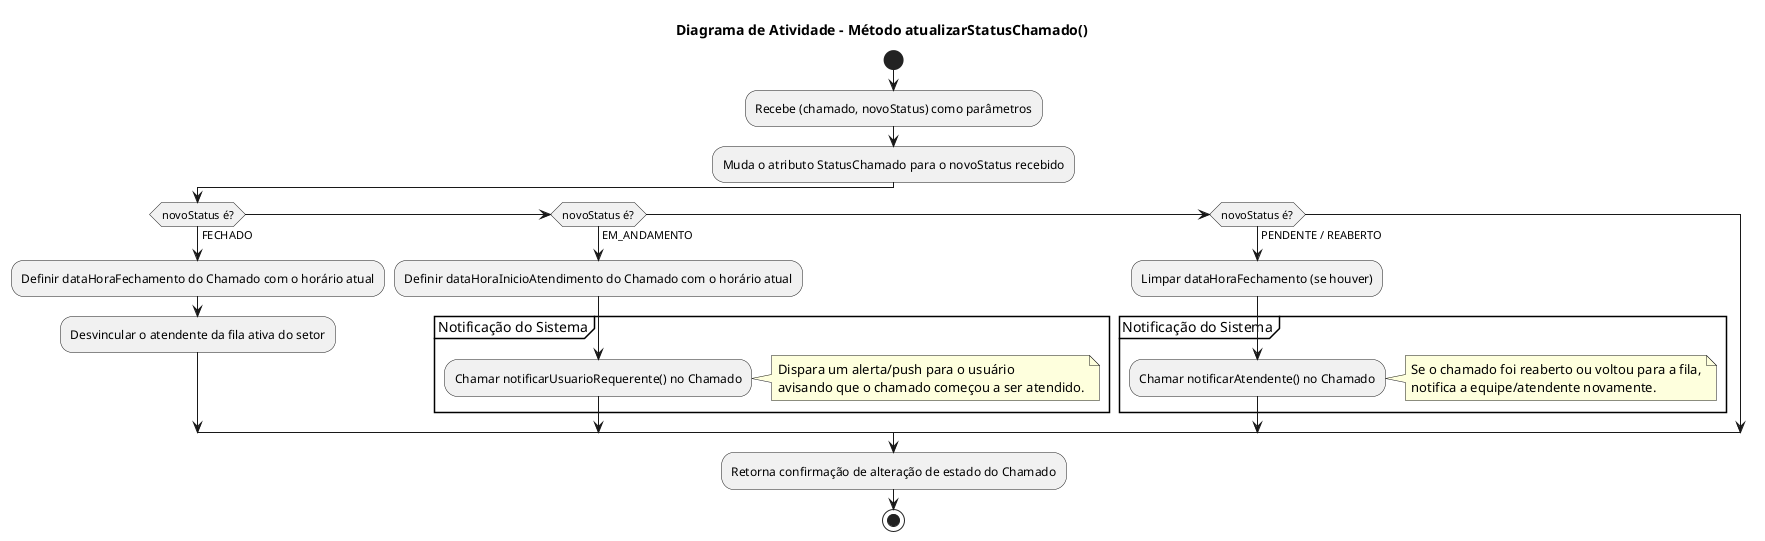
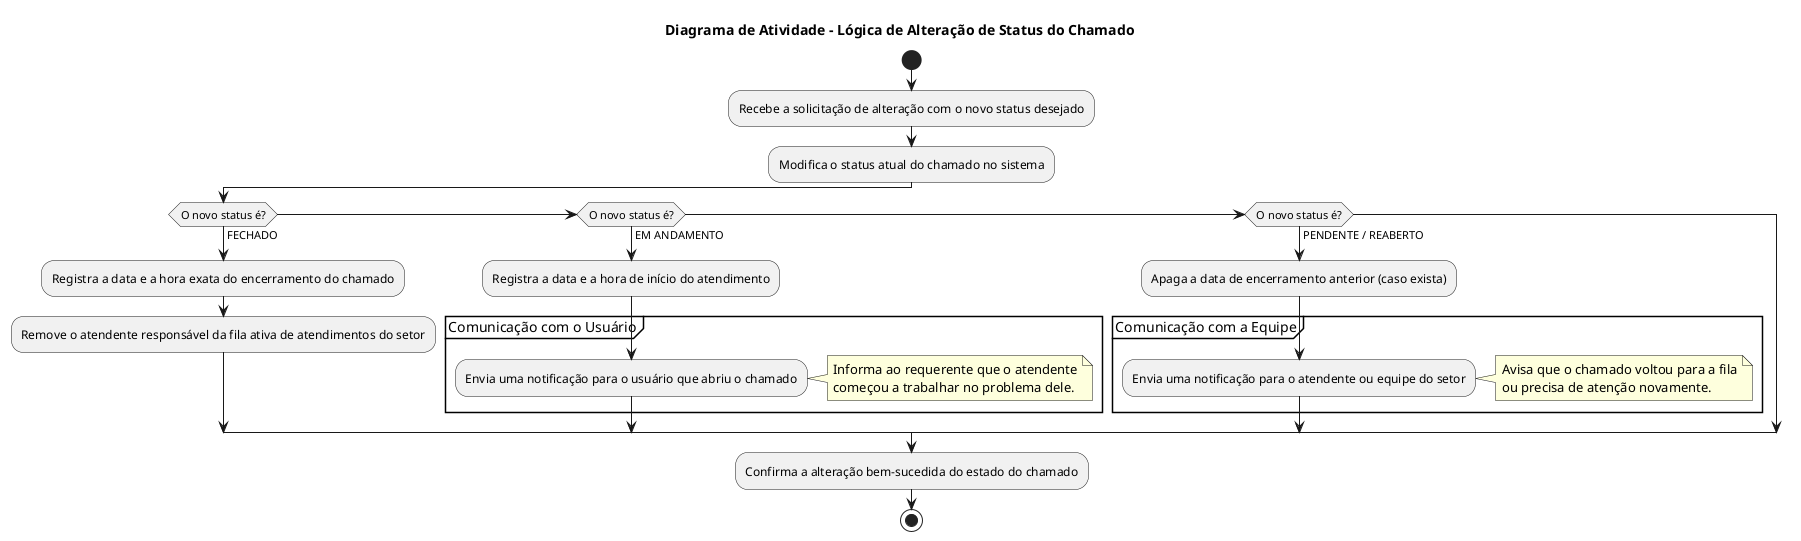
@startuml
- title Diagrama de Atividade - Método atualizarStatusChamado()
+ title Diagrama de Atividade - Lógica de Alteração de Status do Chamado

start

- :Recebe (chamado, novoStatus) como parâmetros;
- :Muda o atributo StatusChamado para o novoStatus recebido;
+ :Recebe a solicitação de alteração com o novo status desejado;
+ :Modifica o status atual do chamado no sistema;

- if (novoStatus é?) then (FECHADO)
-   :Definir dataHoraFechamento do Chamado com o horário atual;
-   :Desvincular o atendente da fila ativa do setor;
+ if (O novo status é?) then (FECHADO)
+   :Registra a data e a hora exata do encerramento do chamado;
+   :Remove o atendente responsável da fila ativa de atendimentos do setor;

- else if (novoStatus é?) then (EM_ANDAMENTO)
-   :Definir dataHoraInicioAtendimento do Chamado com o horário atual;
+ else if (O novo status é?) then (EM ANDAMENTO)
+   :Registra a data e a hora de início do atendimento;

-   partition "Notificação do Sistema" {
-     :Chamar notificarUsuarioRequerente() no Chamado;
+   partition "Comunicação com o Usuário" {
+     :Envia uma notificação para o usuário que abriu o chamado;
    note right
-       Dispara um alerta/push para o usuário
-       avisando que o chamado começou a ser atendido.
+       Informa ao requerente que o atendente
+       começou a trabalhar no problema dele.
    end note
  }

- else if (novoStatus é?) then (PENDENTE / REABERTO)
-   :Limpar dataHoraFechamento (se houver);
+ else if (O novo status é?) then (PENDENTE / REABERTO)
+   :Apaga a data de encerramento anterior (caso exista);

-   partition "Notificação do Sistema" {
-     :Chamar notificarAtendente() no Chamado;
+   partition "Comunicação com a Equipe" {
+     :Envia uma notificação para o atendente ou equipe do setor;
    note right
-       Se o chamado foi reaberto ou voltou para a fila,
-       notifica a equipe/atendente novamente.
+       Avisa que o chamado voltou para a fila
+       ou precisa de atenção novamente.
    end note
  }
endif

- :Retorna confirmação de alteração de estado do Chamado;
+ :Confirma a alteração bem-sucedida do estado do chamado;

stop
@enduml